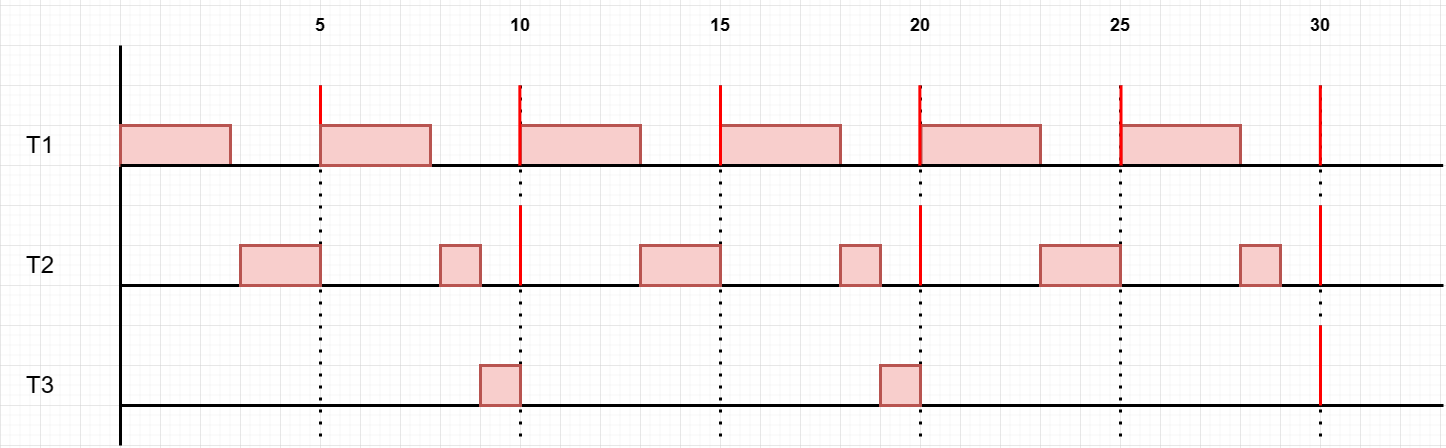
This is TPs_scheduling/diagrammes-td1_ex1_e.drawio.png from FlorianLatapie/PNS-SI4-S8_Capteurs_actionneurs_-_IA, a draw.io export, as it was before one commit. Source tidied: cells renumbered, new cells last; positions are measured from the earlier drawing's top-left corner, leaving out a move shared by most shapes.
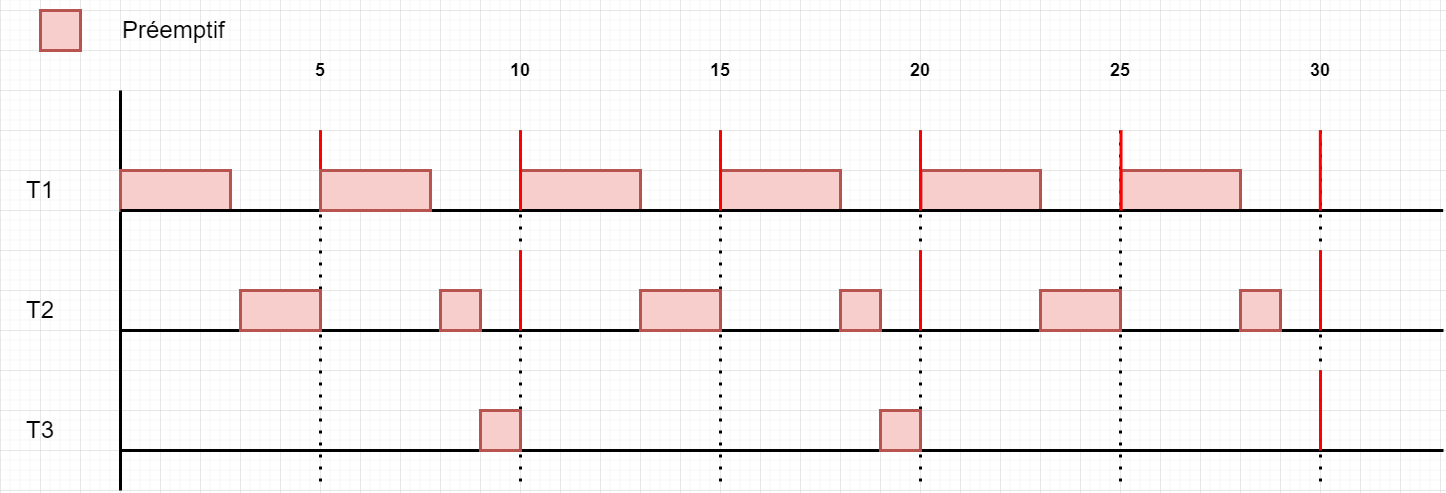
Above is the later version.

Diff of the diagram source:
```diff
@@ -115,14 +115,14 @@
     </mxCell>
     <mxCell id="28" style="endArrow=none;html=1;rounded=0;strokeWidth=3;fillColor=#f8cecc;strokeColor=#FF0000;" parent="1" edge="1">
       <mxGeometry relative="1" as="geometry">
-        <mxPoint x="519.4" y="160" as="sourcePoint" />
-        <mxPoint x="519.4" y="80" as="targetPoint" />
+        <mxPoint x="520" y="160" as="sourcePoint" />
+        <mxPoint x="520" y="80" as="targetPoint" />
       </mxGeometry>
     </mxCell>
     <mxCell id="29" style="endArrow=none;html=1;rounded=0;strokeWidth=3;fillColor=#f8cecc;strokeColor=#FF0000;" parent="1" edge="1">
       <mxGeometry relative="1" as="geometry">
-        <mxPoint x="919.3" y="160" as="sourcePoint" />
-        <mxPoint x="919.3" y="80" as="targetPoint" />
+        <mxPoint x="920" y="160" as="sourcePoint" />
+        <mxPoint x="920" y="80" as="targetPoint" />
       </mxGeometry>
     </mxCell>
     <mxCell id="30" style="endArrow=none;html=1;rounded=0;strokeWidth=3;fillColor=#f8cecc;strokeColor=#FF0000;" parent="1" edge="1">
@@ -191,5 +191,11 @@
     <mxCell id="44" style="rounded=0;whiteSpace=wrap;html=1;strokeWidth=3;fillColor=#f8cecc;strokeColor=#b85450;" parent="1" vertex="1">
       <mxGeometry x="1240" y="240" width="40" height="40" as="geometry" />
     </mxCell>
+    <mxCell id="45" style="rounded=0;whiteSpace=wrap;html=1;strokeWidth=3;fillColor=#f8cecc;strokeColor=#b85450;" parent="1" vertex="1">
+      <mxGeometry x="40" y="-40" width="40" height="40" as="geometry" />
+    </mxCell>
+    <mxCell id="46" value="&lt;h1&gt;&lt;span style=&quot;font-weight: normal;&quot;&gt;Préemptif&lt;/span&gt;&lt;/h1&gt;" style="text;html=1;strokeColor=none;fillColor=none;align=left;verticalAlign=middle;whiteSpace=wrap;rounded=0;" parent="1" vertex="1">
+      <mxGeometry x="120" y="-40" width="160" height="40" as="geometry" />
+    </mxCell>
   </root>
 </mxGraphModel>
```
